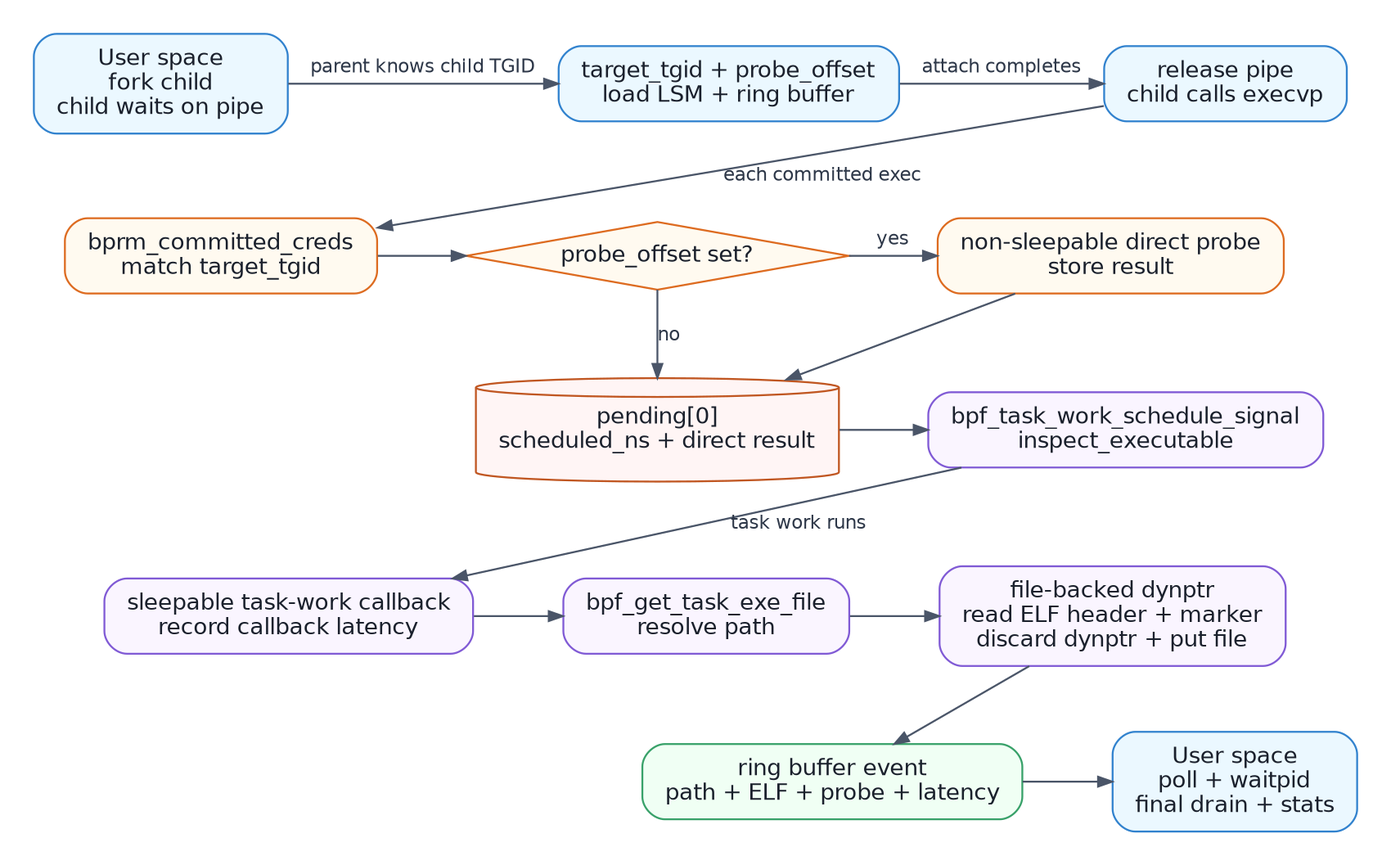
Before: src/54-exec-image-inspector/exec-image-flow.png, a diagram exported from Graphviz (eunomia-bpf/bpf-developer-tutorial). Its source is kept beside it as src/54-exec-image-inspector/exec-image-flow.dot. Its diagram source:
```dot
digraph exec_image_flow {
  graph [
    rankdir=TB,
    bgcolor="white",
    pad="0.25",
    nodesep="0.34",
    ranksep="0.46",
    splines=spline,
    size="10,7.5",
    ratio=compress,
    newrank=true,
    fontname="DejaVu Sans"
  ];
  node [
    shape=box,
    style="rounded,filled",
    fillcolor="#F7FAFC",
    color="#4A5568",
    fontcolor="#1A202C",
    fontname="DejaVu Sans",
    fontsize=12,
    margin="0.16,0.10"
  ];
  edge [
    color="#4A5568",
    fontcolor="#2D3748",
    fontname="DejaVu Sans",
    fontsize=10,
    arrowsize=0.75
  ];

  fork [
    label="User space\nfork child\nchild waits on pipe",
    fillcolor="#EBF8FF",
    color="#3182CE"
  ];
  prepare [
    label="target_tgid + probe_offset\nload LSM + ring buffer",
    fillcolor="#EBF8FF",
    color="#3182CE"
  ];
  exec [
    label="release pipe\nchild calls execvp",
    fillcolor="#EBF8FF",
    color="#3182CE"
  ];
  hook [
    label="bprm_committed_creds\nmatch target_tgid",
    fillcolor="#FFFAF0",
    color="#DD6B20"
  ];
  probe [
    label="probe_offset set?",
    shape=diamond,
    style="filled",
    fillcolor="#FFFAF0",
    color="#DD6B20",
    margin="0.10,0.05"
  ];
  direct [
    label="non-sleepable direct probe\nstore result",
    fillcolor="#FFFAF0",
    color="#DD6B20"
  ];
  pending [
    label="pending[0]\nscheduled_ns + direct result",
    shape=cylinder,
    fillcolor="#FFF5F5",
    color="#C05621"
  ];
  schedule [
    label="bpf_task_work_schedule_signal\ninspect_executable",
    fillcolor="#FAF5FF",
    color="#805AD5"
  ];
  callback [
    label="sleepable task-work callback\nrecord callback latency",
    fillcolor="#FAF5FF",
    color="#805AD5"
  ];
  file [
    label="bpf_get_task_exe_file\nresolve path",
    fillcolor="#FAF5FF",
    color="#805AD5"
  ];
  read [
    label="file-backed dynptr\nread ELF header + marker\ndiscard dynptr + put file",
    fillcolor="#FAF5FF",
    color="#805AD5"
  ];
  event [
    label="ring buffer event\npath + ELF + probe + latency",
    fillcolor="#F0FFF4",
    color="#38A169"
  ];
  collect [
    label="User space\npoll + waitpid\nfinal drain + stats",
    fillcolor="#EBF8FF",
    color="#3182CE"
  ];

  { rank=same; fork; prepare; exec; }
  { rank=same; hook; probe; direct; }
  { rank=same; pending; schedule; }
  { rank=same; callback; file; read; }
  { rank=same; event; collect; }

  fork -> prepare [label="parent knows child TGID"];
  prepare -> exec [label="attach completes"];
  exec -> hook [label="each committed exec"];
  hook -> probe;
  probe -> direct [label="yes"];
  probe -> pending [label="no"];
  direct -> pending;
  pending -> schedule;
  schedule -> callback [label="task work runs"];
  callback -> file;
  file -> read;
  read -> event;
  event -> collect;
}
```
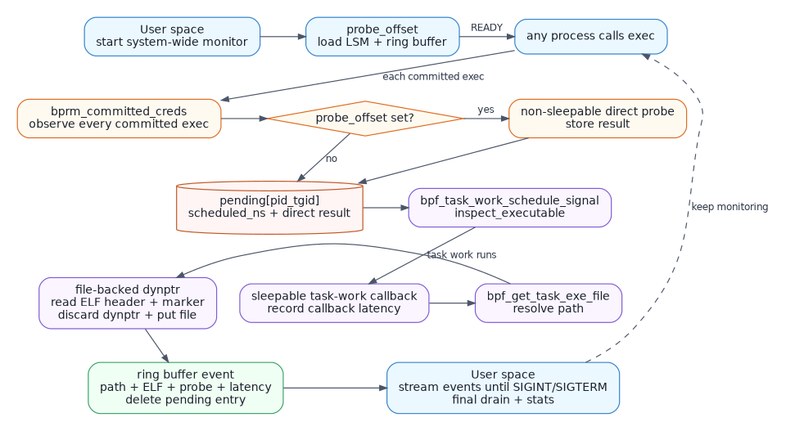
The same diagram one commit later.

Commit message:
Rebase lesson 54 as a standalone monitor

Diff of the diagram source:
```diff
@@ -29,23 +29,23 @@
     arrowsize=0.75
   ];
 
-  fork [
-    label="User space\nfork child\nchild waits on pipe",
+  start [
+    label="User space\nstart system-wide monitor",
     fillcolor="#EBF8FF",
     color="#3182CE"
   ];
   prepare [
-    label="target_tgid + probe_offset\nload LSM + ring buffer",
+    label="probe_offset\nload LSM + ring buffer",
     fillcolor="#EBF8FF",
     color="#3182CE"
   ];
   exec [
-    label="release pipe\nchild calls execvp",
+    label="any process calls exec",
     fillcolor="#EBF8FF",
     color="#3182CE"
   ];
   hook [
-    label="bprm_committed_creds\nmatch target_tgid",
+    label="bprm_committed_creds\nobserve every committed exec",
     fillcolor="#FFFAF0",
     color="#DD6B20"
   ];
@@ -63,7 +63,7 @@
     color="#DD6B20"
   ];
   pending [
-    label="pending[0]\nscheduled_ns + direct result",
+    label="pending[pid_tgid]\nscheduled_ns + direct result",
     shape=cylinder,
     fillcolor="#FFF5F5",
     color="#C05621"
@@ -89,24 +89,24 @@
     color="#805AD5"
   ];
   event [
-    label="ring buffer event\npath + ELF + probe + latency",
+    label="ring buffer event\npath + ELF + probe + latency\ndelete pending entry",
     fillcolor="#F0FFF4",
     color="#38A169"
   ];
   collect [
-    label="User space\npoll + waitpid\nfinal drain + stats",
+    label="User space\nstream events until SIGINT/SIGTERM\nfinal drain + stats",
     fillcolor="#EBF8FF",
     color="#3182CE"
   ];
 
-  { rank=same; fork; prepare; exec; }
+  { rank=same; start; prepare; exec; }
   { rank=same; hook; probe; direct; }
   { rank=same; pending; schedule; }
   { rank=same; callback; file; read; }
   { rank=same; event; collect; }
 
-  fork -> prepare [label="parent knows child TGID"];
-  prepare -> exec [label="attach completes"];
+  start -> prepare;
+  prepare -> exec [label="READY"];
   exec -> hook [label="each committed exec"];
   hook -> probe;
   probe -> direct [label="yes"];
@@ -118,4 +118,5 @@
   file -> read;
   read -> event;
   event -> collect;
+  collect -> exec [label="keep monitoring", style=dashed];
 }
```
